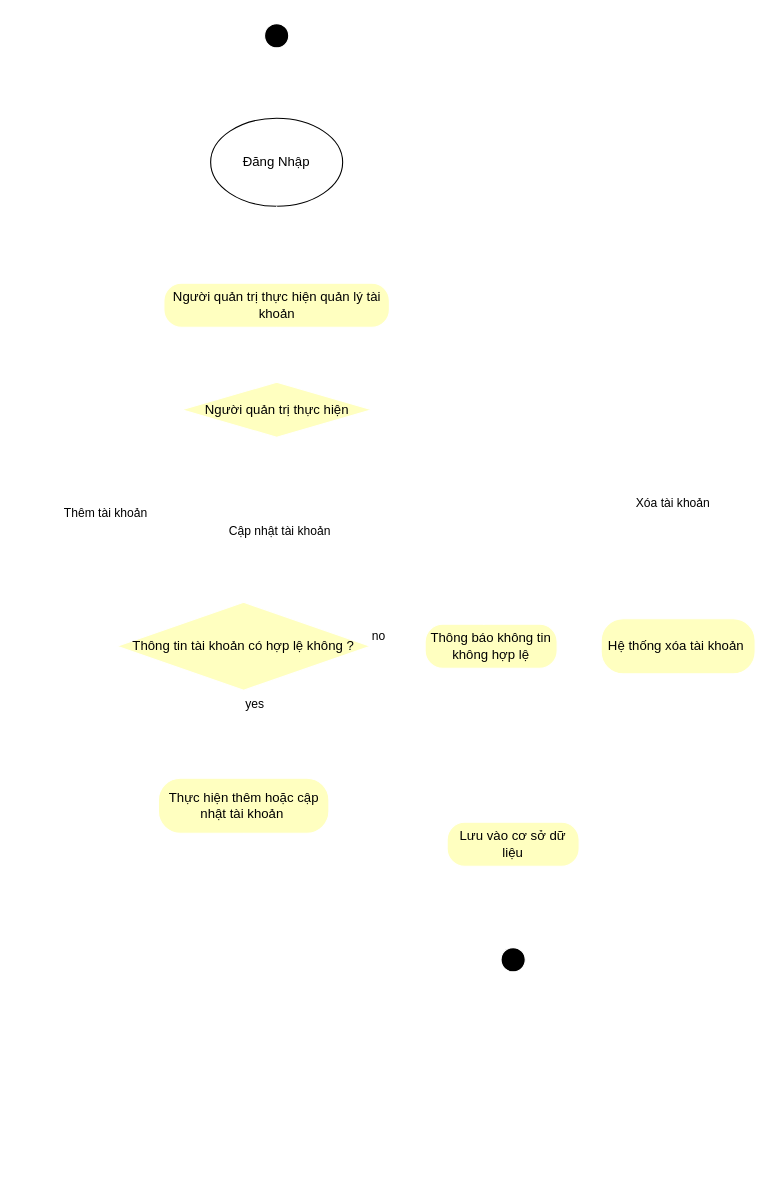
DiagaticSnith/goshop keeps this draw.io diagram as Diagram/Activity/Admin_ManageAccount.drawio. Above is the earlier version. Source tidied: cells renumbered, new cells numbered last; positions are measured from the earlier drawing's top-left corner, leaving out a move shared by most shapes. Both pictures are drawn from the tidied source at 110%, with x=0, y=0 at pixel (117, 19).
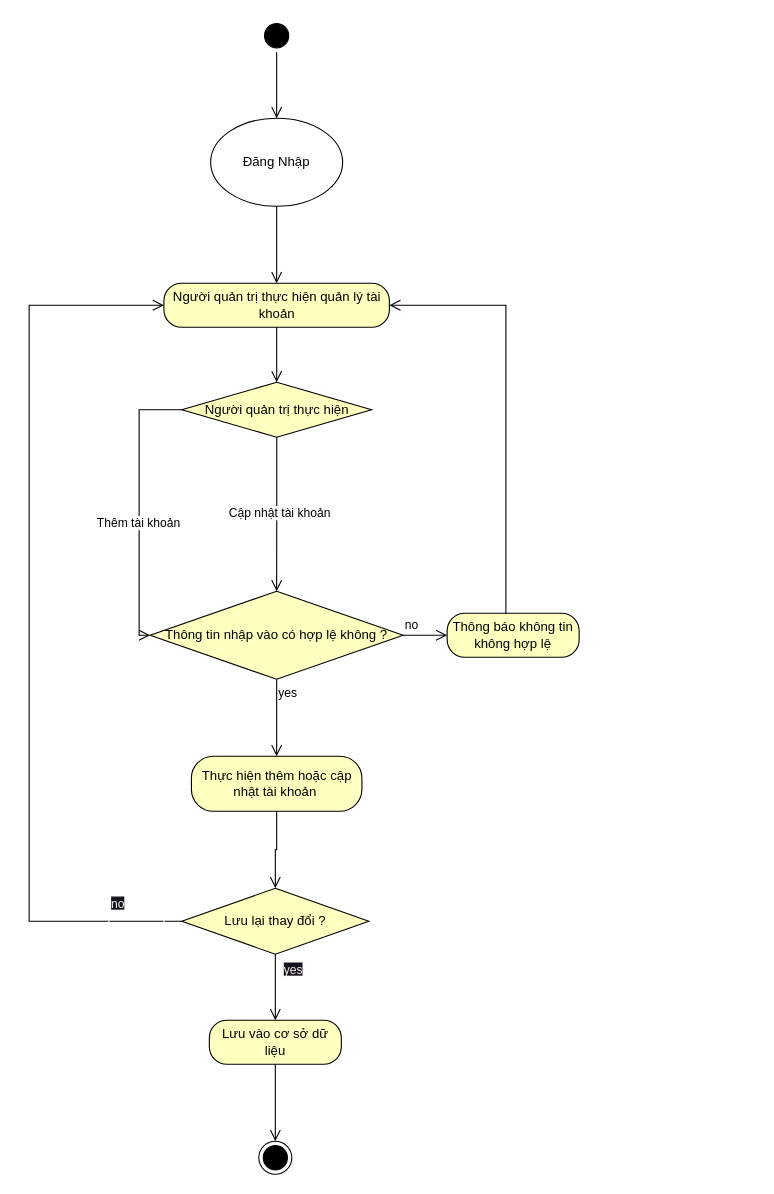
After the change.

The edit, as a diff of the source:
```diff
@@
-    <mxCell id="2" style="ellipse;html=1;shape=startState;fillColor=#000000;strokeColor=#FFFFFF;" parent="1" vertex="1">
+    <mxCell id="2" style="ellipse;html=1;shape=startState;fillColor=#000000;strokeColor=#000000;" parent="1" vertex="1">
       <mxGeometry x="130" width="30" height="30" as="geometry" />
     </mxCell>
-    <mxCell id="3" style="edgeStyle=orthogonalEdgeStyle;html=1;verticalAlign=bottom;endArrow=open;endSize=8;strokeColor=#FFFFFF;rounded=0;entryX=0.5;entryY=0;entryDx=0;entryDy=0;" parent="1" edge="1" source="2" target="22">
+    <mxCell id="3" style="edgeStyle=orthogonalEdgeStyle;html=1;verticalAlign=bottom;endArrow=open;endSize=8;strokeColor=#000000;rounded=0;entryX=0.5;entryY=0;entryDx=0;entryDy=0;" parent="1" edge="1" source="2" target="22">
       <mxGeometry relative="1" as="geometry" />
     </mxCell>
-    <mxCell id="4" value="Người quản trị thực hiện quản lý tài khoản" style="rounded=1;whiteSpace=wrap;html=1;arcSize=40;fontColor=#000000;fillColor=#ffffc0;strokeColor=#FFFFFF;" parent="1" vertex="1">
+    <mxCell id="4" value="Người quản trị thực hiện quản lý tài khoản" style="rounded=1;whiteSpace=wrap;html=1;arcSize=40;fontColor=#000000;fillColor=#ffffc0;strokeColor=#000000;" parent="1" vertex="1">
       <mxGeometry x="42.5" y="240" width="205" height="40" as="geometry" />
     </mxCell>
-    <mxCell id="5" style="edgeStyle=orthogonalEdgeStyle;html=1;verticalAlign=bottom;endArrow=open;endSize=8;strokeColor=#FFFFFF;rounded=0;entryX=0.5;entryY=0;entryDx=0;entryDy=0;" parent="1" edge="1" source="4" target="6">
+    <mxCell id="5" style="edgeStyle=orthogonalEdgeStyle;html=1;verticalAlign=bottom;endArrow=open;endSize=8;strokeColor=#000000;rounded=0;entryX=0.5;entryY=0;entryDx=0;entryDy=0;" parent="1" edge="1" source="4" target="6">
       <mxGeometry relative="1" as="geometry" />
     </mxCell>
-    <mxCell id="6" value="Người quản trị thực hiện" style="rhombus;whiteSpace=wrap;html=1;fontColor=#000000;fillColor=#ffffc0;strokeColor=#FFFFFF;" parent="1" vertex="1">
+    <mxCell id="6" value="Người quản trị thực hiện" style="rhombus;whiteSpace=wrap;html=1;fontColor=#000000;fillColor=#ffffc0;strokeColor=#000000;" parent="1" vertex="1">
       <mxGeometry x="58.8" y="330" width="172.5" height="50" as="geometry" />
     </mxCell>
-    <mxCell id="7" value="Xóa tài khoản" style="edgeStyle=orthogonalEdgeStyle;html=1;align=left;verticalAlign=bottom;endArrow=open;endSize=8;strokeColor=#FFFFFF;rounded=0;entryX=0.5;entryY=0;entryDx=0;entryDy=0;" parent="1" edge="1" source="6" target="17">
-      <mxGeometry x="0.59" y="-40" relative="1" as="geometry" />
-    </mxCell>
-    <mxCell id="8" value="Cập nhật tài khoản" style="edgeStyle=orthogonalEdgeStyle;html=1;align=left;verticalAlign=top;endArrow=open;endSize=8;strokeColor=#FFFFFF;rounded=0;entryX=0.5;entryY=0;entryDx=0;entryDy=0;" parent="1" edge="1" source="6" target="10">
+    <mxCell id="8" value="Cập nhật tài khoản" style="edgeStyle=orthogonalEdgeStyle;html=1;align=left;verticalAlign=top;endArrow=open;endSize=8;strokeColor=#000000;rounded=0;entryX=0.5;entryY=0;entryDx=0;entryDy=0;" parent="1" edge="1" source="6" target="10">
       <mxGeometry x="-0.2" y="-45" relative="1" as="geometry" />
     </mxCell>
-    <mxCell id="9" value="Thêm tài khoản" style="edgeStyle=orthogonalEdgeStyle;html=1;align=left;verticalAlign=top;endArrow=open;endSize=8;strokeColor=#FFFFFF;rounded=0;exitX=0;exitY=0.5;exitDx=0;exitDy=0;entryX=0;entryY=0.5;entryDx=0;entryDy=0;" parent="1" edge="1" source="6" target="10">
+    <mxCell id="9" value="Thêm tài khoản" style="edgeStyle=orthogonalEdgeStyle;html=1;align=left;verticalAlign=top;endArrow=open;endSize=8;strokeColor=#000000;rounded=0;exitX=0;exitY=0.5;exitDx=0;exitDy=0;entryX=0;entryY=0.5;entryDx=0;entryDy=0;" parent="1" edge="1" source="6" target="10">
       <mxGeometry x="0.02" y="-40" relative="1" as="geometry" />
     </mxCell>
-    <mxCell id="10" value="Thông tin tài khoản có hợp lệ không ?" style="rhombus;whiteSpace=wrap;html=1;fontColor=#000000;fillColor=#ffffc0;strokeColor=#FFFFFF;" parent="1" vertex="1">
-      <mxGeometry y="530" width="230" height="80" as="geometry" />
+    <mxCell id="10" value="Thông tin nhập vào có hợp lệ không ?" style="rhombus;whiteSpace=wrap;html=1;fontColor=#000000;fillColor=#ffffc0;strokeColor=#000000;" parent="1" vertex="1">
+      <mxGeometry x="30" y="520" width="230" height="80" as="geometry" />
     </mxCell>
-    <mxCell id="11" value="no" style="edgeStyle=orthogonalEdgeStyle;html=1;align=left;verticalAlign=bottom;endArrow=open;endSize=8;strokeColor=#FFFFFF;rounded=0;entryX=0;entryY=0.5;entryDx=0;entryDy=0;" parent="1" edge="1" source="10" target="15">
+    <mxCell id="11" value="no" style="edgeStyle=orthogonalEdgeStyle;html=1;align=left;verticalAlign=bottom;endArrow=open;endSize=8;strokeColor=#000000;rounded=0;entryX=0;entryY=0.5;entryDx=0;entryDy=0;" parent="1" edge="1" source="10" target="15">
       <mxGeometry x="-1" relative="1" as="geometry" />
     </mxCell>
-    <mxCell id="12" value="yes" style="edgeStyle=orthogonalEdgeStyle;html=1;align=left;verticalAlign=top;endArrow=open;endSize=8;strokeColor=#FFFFFF;rounded=0;entryX=0.5;entryY=0;entryDx=0;entryDy=0;" parent="1" edge="1" source="10" target="13">
+    <mxCell id="12" value="yes" style="edgeStyle=orthogonalEdgeStyle;html=1;align=left;verticalAlign=top;endArrow=open;endSize=8;strokeColor=#000000;rounded=0;entryX=0.5;entryY=0;entryDx=0;entryDy=0;" parent="1" edge="1" source="10" target="13">
       <mxGeometry x="-1" relative="1" as="geometry" />
     </mxCell>
-    <mxCell id="13" value="Thực hiện thêm hoặc cập nhật tài khoản&amp;nbsp;" style="rounded=1;whiteSpace=wrap;html=1;arcSize=40;fontColor=#000000;fillColor=#ffffc0;strokeColor=#FFFFFF;" parent="1" vertex="1">
-      <mxGeometry x="37.5" y="690" width="155" height="50" as="geometry" />
+    <mxCell id="13" value="Thực hiện thêm hoặc cập nhật tài khoản&amp;nbsp;" style="rounded=1;whiteSpace=wrap;html=1;arcSize=40;fontColor=#000000;fillColor=#ffffc0;strokeColor=#000000;" parent="1" vertex="1">
+      <mxGeometry x="67.5" y="670" width="155" height="50" as="geometry" />
     </mxCell>
-    <mxCell id="14" style="edgeStyle=orthogonalEdgeStyle;html=1;verticalAlign=bottom;endArrow=open;endSize=8;strokeColor=#FFFFFF;rounded=0;entryX=0;entryY=0.5;entryDx=0;entryDy=0;exitX=0.5;exitY=1;exitDx=0;exitDy=0;" parent="1" edge="1" source="13" target="25">
-      <mxGeometry relative="1" as="geometry" />
-    </mxCell>
-    <mxCell id="15" value="Thông báo không tin không hợp lệ" style="rounded=1;whiteSpace=wrap;html=1;arcSize=40;fontColor=#000000;fillColor=#ffffc0;strokeColor=#FFFFFF;" parent="1" vertex="1">
-      <mxGeometry x="280" y="550" width="120" height="40" as="geometry" />
+    <mxCell id="15" value="Thông báo không tin không hợp lệ" style="rounded=1;whiteSpace=wrap;html=1;arcSize=40;fontColor=#000000;fillColor=#ffffc0;strokeColor=#000000;" parent="1" vertex="1">
+      <mxGeometry x="300" y="540" width="120" height="40" as="geometry" />
     </mxCell>
-    <mxCell id="16" style="edgeStyle=orthogonalEdgeStyle;html=1;verticalAlign=bottom;endArrow=open;endSize=8;strokeColor=#FFFFFF;rounded=0;exitX=0.445;exitY=0.011;exitDx=0;exitDy=0;exitPerimeter=0;entryX=1;entryY=0.5;entryDx=0;entryDy=0;" parent="1" edge="1" source="15" target="4">
+    <mxCell id="16" style="edgeStyle=orthogonalEdgeStyle;html=1;verticalAlign=bottom;endArrow=open;endSize=8;strokeColor=#000000;rounded=0;exitX=0.445;exitY=0.011;exitDx=0;exitDy=0;exitPerimeter=0;entryX=1;entryY=0.5;entryDx=0;entryDy=0;" parent="1" edge="1" source="15" target="4">
       <mxGeometry relative="1" as="geometry" />
     </mxCell>
-    <mxCell id="17" value="Hệ thống xóa tài khoản&amp;nbsp;" style="rounded=1;whiteSpace=wrap;html=1;arcSize=40;fontColor=#000000;fillColor=#ffffc0;strokeColor=#FFFFFF;" parent="1" vertex="1">
-      <mxGeometry x="440" y="545" width="140" height="50" as="geometry" />
-    </mxCell>
-    <mxCell id="18" style="edgeStyle=orthogonalEdgeStyle;html=1;verticalAlign=bottom;endArrow=open;endSize=8;strokeColor=#FFFFFF;rounded=0;entryX=1;entryY=0.5;entryDx=0;entryDy=0;exitX=0.5;exitY=1;exitDx=0;exitDy=0;" parent="1" edge="1" source="17" target="25">
-      <mxGeometry relative="1" as="geometry" />
-    </mxCell>
-    <mxCell id="19" style="ellipse;html=1;shape=endState;fillColor=#000000;strokeColor=#FFFFFF;" parent="1" vertex="1">
-      <mxGeometry x="345" y="840" width="30" height="30" as="geometry" />
+    <mxCell id="19" style="ellipse;html=1;shape=endState;fillColor=#000000;strokeColor=#000000;" parent="1" vertex="1">
+      <mxGeometry x="128.8" y="1020" width="30" height="30" as="geometry" />
     </mxCell>
-    <mxCell id="20" style="edgeStyle=orthogonalEdgeStyle;html=1;verticalAlign=bottom;endArrow=open;endSize=8;strokeColor=#FFFFFF;rounded=0;entryX=0;entryY=0.5;entryDx=0;entryDy=0;exitX=0.5;exitY=1;exitDx=0;exitDy=0;" parent="1" edge="1" source="25">
-      <mxGeometry relative="1" as="geometry">
-        <mxPoint x="370" y="760" as="targetPoint" />
-      </mxGeometry>
-    </mxCell>
-    <mxCell id="21" style="edgeStyle=orthogonalEdgeStyle;html=1;verticalAlign=bottom;endArrow=open;endSize=8;strokeColor=#FFFFFF;rounded=0;entryX=0.5;entryY=0;entryDx=0;entryDy=0;exitX=0.5;exitY=1;exitDx=0;exitDy=0;" parent="1" edge="1" source="25" target="19">
+    <mxCell id="21" style="edgeStyle=orthogonalEdgeStyle;html=1;verticalAlign=bottom;endArrow=open;endSize=8;strokeColor=#000000;rounded=0;entryX=0.5;entryY=0;entryDx=0;entryDy=0;exitX=0.5;exitY=1;exitDx=0;exitDy=0;" parent="1" edge="1" source="25" target="19">
       <mxGeometry relative="1" as="geometry" />
     </mxCell>
-    <mxCell id="22" value="Đăng Nhập" style="ellipse;whiteSpace=wrap;html=1;" parent="1" vertex="1">
+    <mxCell id="22" value="Đăng Nhập" style="ellipse;whiteSpace=wrap;html=1;strokeColor=#000000;" parent="1" vertex="1">
       <mxGeometry x="85" y="90" width="120" height="80" as="geometry" />
     </mxCell>
-    <mxCell id="23" style="edgeStyle=orthogonalEdgeStyle;html=1;verticalAlign=bottom;endArrow=open;endSize=8;strokeColor=#FFFFFF;rounded=0;exitX=0.5;exitY=1;exitDx=0;exitDy=0;entryX=0.5;entryY=0;entryDx=0;entryDy=0;" parent="1" edge="1" source="22" target="4">
+    <mxCell id="23" style="edgeStyle=orthogonalEdgeStyle;html=1;verticalAlign=bottom;endArrow=open;endSize=8;strokeColor=#000000;rounded=0;exitX=0.5;exitY=1;exitDx=0;exitDy=0;entryX=0.5;entryY=0;entryDx=0;entryDy=0;" parent="1" edge="1" source="22" target="4">
       <mxGeometry relative="1" as="geometry" />
     </mxCell>
-    <mxCell id="24" style="edgeStyle=orthogonalEdgeStyle;html=1;verticalAlign=bottom;endArrow=open;endSize=8;strokeColor=#FFFFFF;rounded=0;entryX=0;entryY=0.5;entryDx=0;entryDy=0;exitX=0.5;exitY=1;exitDx=0;exitDy=0;" parent="1" edge="1" target="25">
-      <mxGeometry relative="1" as="geometry">
-        <mxPoint x="125" y="750" as="sourcePoint" />
-      </mxGeometry>
+    <mxCell id="24" style="edgeStyle=orthogonalEdgeStyle;html=1;verticalAlign=bottom;endArrow=open;endSize=8;strokeColor=#000000;rounded=0;exitX=0.5;exitY=1;exitDx=0;exitDy=0;" parent="1" edge="1" source="13" target="26">
+      <mxGeometry relative="1" as="geometry" />
     </mxCell>
-    <mxCell id="25" value="Lưu vào cơ sở dữ liệu" style="rounded=1;whiteSpace=wrap;html=1;arcSize=40;fontColor=#000000;fillColor=#ffffc0;strokeColor=#FFFFFF;" parent="1" vertex="1">
-      <mxGeometry x="300" y="730" width="120" height="40" as="geometry" />
+    <mxCell id="25" value="Lưu vào cơ sở dữ liệu" style="rounded=1;whiteSpace=wrap;html=1;arcSize=40;fontColor=#000000;fillColor=#ffffc0;strokeColor=#000000;" parent="1" vertex="1">
+      <mxGeometry x="83.8" y="910" width="120" height="40" as="geometry" />
     </mxCell>
+    <mxCell id="26" value="Lưu lại thay đổi ?" style="rhombus;whiteSpace=wrap;html=1;fontColor=#000000;fillColor=#ffffc0;strokeColor=#000000;" parent="1" vertex="1">
+      <mxGeometry x="58.8" y="790" width="170" height="60" as="geometry" />
+    </mxCell>
+    <mxCell id="27" style="edgeStyle=orthogonalEdgeStyle;html=1;verticalAlign=bottom;endArrow=open;endSize=8;strokeColor=#000000;rounded=0;exitX=0.5;exitY=1;exitDx=0;exitDy=0;entryX=0.5;entryY=0;entryDx=0;entryDy=0;" parent="1" edge="1" source="26" target="25">
+      <mxGeometry relative="1" as="geometry" />
+    </mxCell>
+    <mxCell id="28" style="edgeStyle=orthogonalEdgeStyle;html=1;verticalAlign=bottom;endArrow=open;endSize=8;strokeColor=#000000;rounded=0;exitX=0;exitY=0.5;exitDx=0;exitDy=0;entryX=0;entryY=0.5;entryDx=0;entryDy=0;" parent="1" edge="1" source="26" target="4">
+      <mxGeometry relative="1" as="geometry">
+        <Array as="points">
+          <mxPoint x="-80" y="820" />
+          <mxPoint x="-80" y="260" />
+        </Array>
+      </mxGeometry>
+    </mxCell>
+    <mxCell id="29" value="&lt;span style=&quot;color: rgb(240, 240, 240); font-family: Helvetica; font-size: 11px; font-style: normal; font-variant-ligatures: normal; font-variant-caps: normal; font-weight: 400; letter-spacing: normal; orphans: 2; text-align: left; text-indent: 0px; text-transform: none; widows: 2; word-spacing: 0px; -webkit-text-stroke-width: 0px; white-space: nowrap; background-color: rgb(24, 20, 29); text-decoration-thickness: initial; text-decoration-style: initial; text-decoration-color: initial; display: inline !important; float: none;&quot;&gt;yes&lt;/span&gt;" style="text;whiteSpace=wrap;html=1;strokeColor=#ffffff;" parent="1" vertex="1">
+      <mxGeometry x="150" y="850" width="50" height="40" as="geometry" />
+    </mxCell>
+    <mxCell id="30" value="&lt;span style=&quot;color: rgb(240, 240, 240); font-family: Helvetica; font-size: 11px; font-style: normal; font-variant-ligatures: normal; font-variant-caps: normal; font-weight: 400; letter-spacing: normal; orphans: 2; text-align: left; text-indent: 0px; text-transform: none; widows: 2; word-spacing: 0px; -webkit-text-stroke-width: 0px; white-space: nowrap; background-color: rgb(24, 20, 29); text-decoration-thickness: initial; text-decoration-style: initial; text-decoration-color: initial; display: inline !important; float: none;&quot;&gt;no&lt;/span&gt;" style="text;whiteSpace=wrap;html=1;strokeColor=#ffffff;" parent="1" vertex="1">
+      <mxGeometry x="-7.5" y="790" width="50" height="40" as="geometry" />
+    </mxCell>
```
